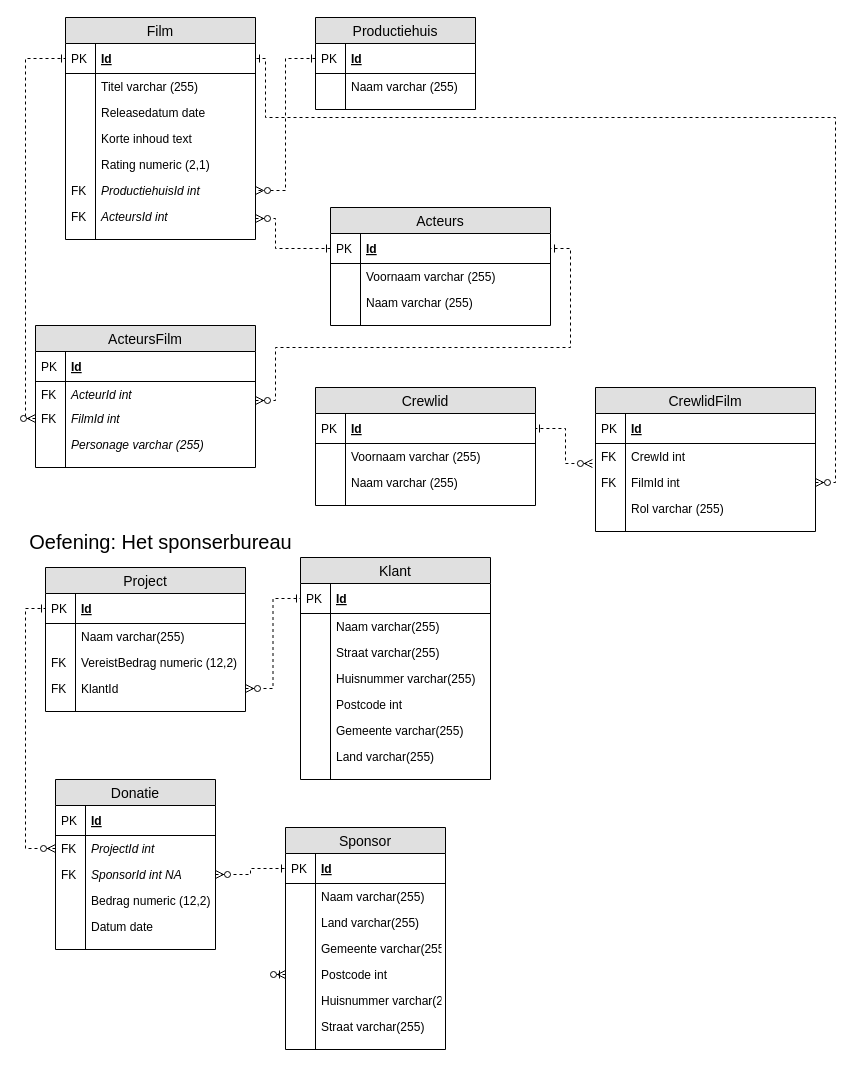
Earlier version of the draw.io diagram page "Oef 6 tot" (2 of 2) of Datamodellering_Oefeningen.drawio (donnie1998/thomasmore2019-2020). Source tidied: cells renumbered, new cells numbered last; positions are measured from the earlier drawing's top-left corner, leaving out a move shared by most shapes. Both pictures are drawn from the tidied source at 100%, with x=0, y=0 at pixel (20, 17).
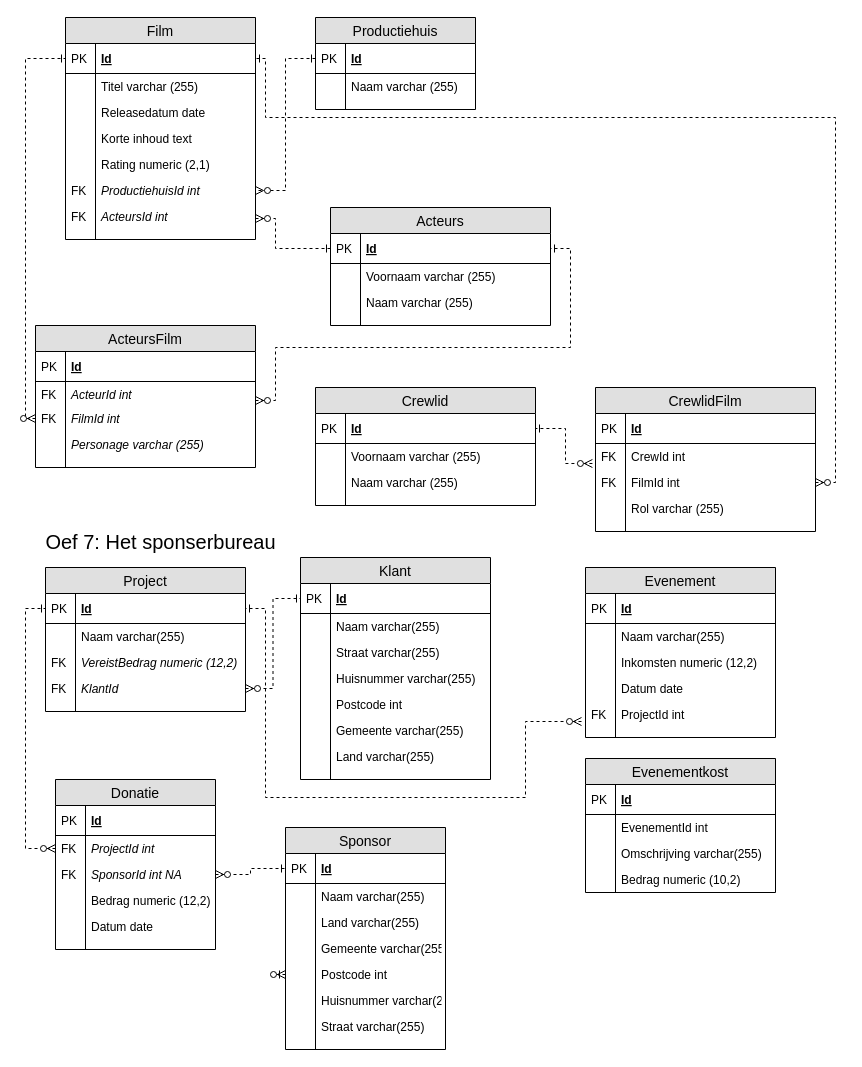
The same diagram, later.

The change refers to these unchanged cells:
```xml
<mxCell id="74" value="Project" style="swimlane;fontStyle=0;horizontal=1;startSize=26;fillColor=#e0e0e0;swimlaneFillColor=#ffffff;align=center;fontSize=14;" parent="1" vertex="1">
  <mxGeometry x="25" y="550" width="200" height="144" as="geometry" />
</mxCell>
<mxCell id="75" value="Id" style="shape=partialRectangle;top=0;left=0;right=0;bottom=1;align=left;verticalAlign=middle;fillColor=none;spacingLeft=34;spacingRight=4;overflow=hidden;points=[[0,0.5],[1,0.5]];portConstraint=eastwest;fontStyle=5;fontSize=12;" parent="74" vertex="1">
  <mxGeometry y="26" width="200" height="30" as="geometry" />
</mxCell>
```

Diff of the diagram source:
```diff
@@
-    <mxCell id="72" value="&lt;font style=&quot;font-size: 20px&quot;&gt;Oefening: Het sponserbureau&lt;/font&gt;" style="text;html=1;align=center;verticalAlign=middle;" parent="1" vertex="1">
-      <mxGeometry y="514" width="280" height="20" as="geometry" />
+    <mxCell id="72" value="&lt;font style=&quot;font-size: 20px&quot;&gt;Oef 7: Het sponserbureau&lt;/font&gt;" style="text;html=1;align=center;verticalAlign=middle;" parent="1" vertex="1">
+      <mxGeometry x="15" y="514" width="250" height="20" as="geometry" />
     </mxCell>
@@
-    <mxCell id="79" value="VereistBedrag numeric (12,2)" style="shape=partialRectangle;top=0;left=0;right=0;bottom=0;align=left;verticalAlign=top;fillColor=none;spacingLeft=34;spacingRight=4;overflow=hidden;fontSize=12;" parent="74" vertex="1">
+    <mxCell id="79" value="VereistBedrag numeric (12,2)" style="shape=partialRectangle;top=0;left=0;right=0;bottom=0;align=left;verticalAlign=top;fillColor=none;spacingLeft=34;spacingRight=4;overflow=hidden;fontSize=12;fontStyle=2;" parent="74" vertex="1">
       <mxGeometry y="82" width="200" height="26" as="geometry" />
     </mxCell>
@@
-    <mxCell id="81" value="KlantId" style="shape=partialRectangle;top=0;left=0;right=0;bottom=0;align=left;verticalAlign=top;fillColor=none;spacingLeft=34;spacingRight=4;overflow=hidden;points=[[0,0.5],[1,0.5]];portConstraint=eastwest;fontSize=12;" parent="74" vertex="1">
+    <mxCell id="81" value="KlantId" style="shape=partialRectangle;top=0;left=0;right=0;bottom=0;align=left;verticalAlign=top;fillColor=none;spacingLeft=34;spacingRight=4;overflow=hidden;points=[[0,0.5],[1,0.5]];portConstraint=eastwest;fontSize=12;fontStyle=2;" parent="74" vertex="1">
       <mxGeometry y="108" width="200" height="26" as="geometry" />
     </mxCell>
@@
+    <mxCell id="135" style="edgeStyle=orthogonalEdgeStyle;rounded=0;jettySize=auto;html=1;dashed=1;startArrow=ERzeroToMany;startFill=1;endArrow=ERone;endFill=0;entryX=1;entryY=0.5;entryDx=0;entryDy=0;" parent="1" edge="1" target="75">
+      <mxGeometry relative="1" as="geometry">
+        <mxPoint x="561" y="704" as="sourcePoint" />
+        <Array as="points">
+          <mxPoint x="505" y="704" />
+          <mxPoint x="505" y="780" />
+          <mxPoint x="245" y="780" />
+          <mxPoint x="245" y="591" />
+        </Array>
+      </mxGeometry>
+    </mxCell>
+    <mxCell id="136" value="Evenement" style="swimlane;fontStyle=0;horizontal=1;startSize=26;fillColor=#e0e0e0;swimlaneFillColor=#ffffff;align=center;fontSize=14;" parent="1" vertex="1">
+      <mxGeometry x="565" y="550" width="190" height="170" as="geometry" />
+    </mxCell>
+    <mxCell id="137" value="Id" style="shape=partialRectangle;top=0;left=0;right=0;bottom=1;align=left;verticalAlign=middle;fillColor=none;spacingLeft=34;spacingRight=4;overflow=hidden;fontStyle=5;fontSize=12;" parent="136" vertex="1">
+      <mxGeometry y="26" width="190" height="30" as="geometry" />
+    </mxCell>
+    <mxCell id="138" value="PK" style="shape=partialRectangle;top=0;left=0;bottom=0;fillColor=none;align=left;verticalAlign=middle;spacingLeft=4;spacingRight=4;overflow=hidden;fontSize=12;" parent="137" vertex="1">
+      <mxGeometry width="30" height="30" as="geometry" />
+    </mxCell>
+    <mxCell id="139" value="Naam varchar(255)" style="shape=partialRectangle;top=0;left=0;right=0;bottom=0;align=left;verticalAlign=top;fillColor=none;spacingLeft=34;spacingRight=4;overflow=hidden;fontSize=12;" parent="136" vertex="1">
+      <mxGeometry y="56" width="190" height="26" as="geometry" />
+    </mxCell>
+    <mxCell id="140" style="shape=partialRectangle;top=0;left=0;bottom=0;fillColor=none;align=left;verticalAlign=top;spacingLeft=4;spacingRight=4;overflow=hidden;fontSize=12;" parent="139" vertex="1">
+      <mxGeometry width="30" height="26" as="geometry" />
+    </mxCell>
+    <mxCell id="141" value="Inkomsten numeric (12,2)" style="shape=partialRectangle;top=0;left=0;right=0;bottom=0;align=left;verticalAlign=top;fillColor=none;spacingLeft=34;spacingRight=4;overflow=hidden;fontSize=12;" parent="136" vertex="1">
+      <mxGeometry y="82" width="190" height="26" as="geometry" />
+    </mxCell>
+    <mxCell id="142" style="shape=partialRectangle;top=0;left=0;bottom=0;fillColor=none;align=left;verticalAlign=top;spacingLeft=4;spacingRight=4;overflow=hidden;fontSize=12;" parent="141" vertex="1">
+      <mxGeometry width="30" height="26" as="geometry" />
+    </mxCell>
+    <mxCell id="143" value="Datum date" style="shape=partialRectangle;top=0;left=0;right=0;bottom=0;align=left;verticalAlign=top;fillColor=none;spacingLeft=34;spacingRight=4;overflow=hidden;fontSize=12;" parent="136" vertex="1">
+      <mxGeometry y="108" width="190" height="26" as="geometry" />
+    </mxCell>
+    <mxCell id="144" style="shape=partialRectangle;top=0;left=0;bottom=0;fillColor=none;align=left;verticalAlign=top;spacingLeft=4;spacingRight=4;overflow=hidden;fontSize=12;" parent="143" vertex="1">
+      <mxGeometry width="30" height="26" as="geometry" />
+    </mxCell>
+    <mxCell id="145" value="ProjectId int" style="shape=partialRectangle;top=0;left=0;right=0;bottom=0;align=left;verticalAlign=top;fillColor=none;spacingLeft=34;spacingRight=4;overflow=hidden;fontSize=12;" parent="136" vertex="1">
+      <mxGeometry y="134" width="190" height="26" as="geometry" />
+    </mxCell>
+    <mxCell id="146" value="FK" style="shape=partialRectangle;top=0;left=0;bottom=0;fillColor=none;align=left;verticalAlign=top;spacingLeft=4;spacingRight=4;overflow=hidden;fontSize=12;" parent="145" vertex="1">
+      <mxGeometry width="30" height="26" as="geometry" />
+    </mxCell>
+    <mxCell id="147" style="shape=partialRectangle;top=0;left=0;right=0;bottom=0;align=left;verticalAlign=top;fillColor=none;spacingLeft=34;spacingRight=4;overflow=hidden;fontSize=12;" parent="136" vertex="1">
+      <mxGeometry y="160" width="190" height="10" as="geometry" />
+    </mxCell>
+    <mxCell id="148" style="shape=partialRectangle;top=0;left=0;bottom=0;fillColor=none;align=left;verticalAlign=top;spacingLeft=4;spacingRight=4;overflow=hidden;fontSize=12;" parent="147" vertex="1">
+      <mxGeometry width="30" height="10" as="geometry" />
+    </mxCell>
+    <mxCell id="149" value="Evenementkost" style="swimlane;fontStyle=0;horizontal=1;startSize=26;fillColor=#e0e0e0;swimlaneFillColor=#ffffff;align=center;fontSize=14;" parent="1" vertex="1">
+      <mxGeometry x="565" y="741" width="190" height="134" as="geometry" />
+    </mxCell>
+    <mxCell id="150" value="Id" style="shape=partialRectangle;top=0;left=0;right=0;bottom=1;align=left;verticalAlign=middle;fillColor=none;spacingLeft=34;spacingRight=4;overflow=hidden;fontStyle=5;fontSize=12;" parent="149" vertex="1">
+      <mxGeometry y="26" width="190" height="30" as="geometry" />
+    </mxCell>
+    <mxCell id="151" value="PK" style="shape=partialRectangle;top=0;left=0;bottom=0;fillColor=none;align=left;verticalAlign=middle;spacingLeft=4;spacingRight=4;overflow=hidden;fontSize=12;" parent="150" vertex="1">
+      <mxGeometry width="30" height="30" as="geometry" />
+    </mxCell>
+    <mxCell id="152" value="EvenementId int" style="shape=partialRectangle;top=0;left=0;right=0;bottom=0;align=left;verticalAlign=top;fillColor=none;spacingLeft=34;spacingRight=4;overflow=hidden;fontSize=12;" parent="149" vertex="1">
+      <mxGeometry y="56" width="190" height="26" as="geometry" />
+    </mxCell>
+    <mxCell id="153" style="shape=partialRectangle;top=0;left=0;bottom=0;fillColor=none;align=left;verticalAlign=top;spacingLeft=4;spacingRight=4;overflow=hidden;fontSize=12;" parent="152" vertex="1">
+      <mxGeometry width="30" height="26" as="geometry" />
+    </mxCell>
+    <mxCell id="154" value="Omschrijving varchar(255)" style="shape=partialRectangle;top=0;left=0;right=0;bottom=0;align=left;verticalAlign=top;fillColor=none;spacingLeft=34;spacingRight=4;overflow=hidden;fontSize=12;" parent="149" vertex="1">
+      <mxGeometry y="82" width="190" height="26" as="geometry" />
+    </mxCell>
+    <mxCell id="155" style="shape=partialRectangle;top=0;left=0;bottom=0;fillColor=none;align=left;verticalAlign=top;spacingLeft=4;spacingRight=4;overflow=hidden;fontSize=12;" parent="154" vertex="1">
+      <mxGeometry width="30" height="26" as="geometry" />
+    </mxCell>
+    <mxCell id="156" value="Bedrag numeric (10,2)" style="shape=partialRectangle;top=0;left=0;right=0;bottom=0;align=left;verticalAlign=top;fillColor=none;spacingLeft=34;spacingRight=4;overflow=hidden;fontSize=12;" parent="149" vertex="1">
+      <mxGeometry y="108" width="190" height="26" as="geometry" />
+    </mxCell>
+    <mxCell id="157" style="shape=partialRectangle;top=0;left=0;bottom=0;fillColor=none;align=left;verticalAlign=top;spacingLeft=4;spacingRight=4;overflow=hidden;fontSize=12;" parent="156" vertex="1">
+      <mxGeometry width="30" height="26" as="geometry" />
+    </mxCell>
```
